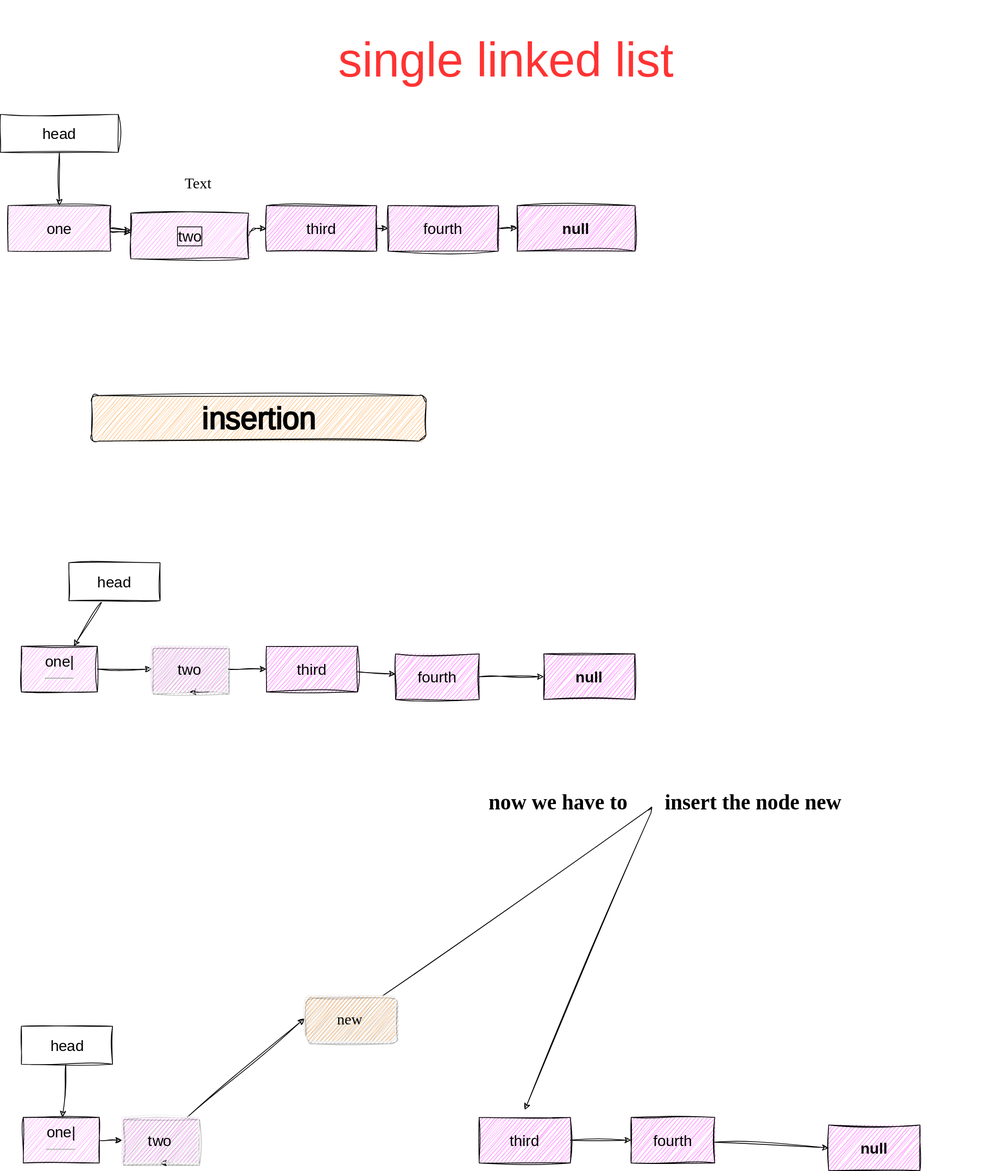
Earlier version of the draw.io export data_types/linked_list/linked_list.drawio.svg (udayhacks/DSA). Source tidied: cells renumbered, new cells last; positions are measured from the earlier drawing's top-left corner, leaving out a move shared by most shapes. The source it was exported from:
```xml
<mxGraphModel math="1">
  <root>
    <mxCell id="0" />
    <mxCell id="1" parent="0" />
    <mxCell id="2" value="&lt;h1 style=&quot;font-size: 63px;&quot;&gt;&lt;span style=&quot;font-size: 63px; font-weight: 400;&quot;&gt;single linked list&amp;nbsp;&lt;/span&gt;&lt;/h1&gt;" style="text;html=1;strokeColor=none;fillColor=none;spacing=5;spacingTop=-20;whiteSpace=wrap;overflow=hidden;rounded=0;fontColor=#FF3333;fontSize=63;sketch=1;curveFitting=1;jiggle=2;" parent="1" vertex="1">
      <mxGeometry x="440" width="529" height="120" as="geometry" />
    </mxCell>
    <mxCell id="3" value="&lt;h1&gt;insertion&lt;/h1&gt;" style="rounded=1;whiteSpace=wrap;html=1;sketch=1;hachureGap=4;jiggle=2;curveFitting=1;fontFamily=Architects Daughter;fontSource=https%3A%2F%2Ffonts.googleapis.com%2Fcss%3Ffamily%3DArchitects%2BDaughter;fontSize=20;fontStyle=1;verticalAlign=middle;fillColor=#FFB366;" parent="1" vertex="1">
      <mxGeometry x="120" y="510" width="440" height="60" as="geometry" />
    </mxCell>
    <mxCell id="4" style="edgeStyle=none;sketch=1;hachureGap=4;jiggle=2;curveFitting=1;html=1;fontFamily=Architects Daughter;fontSource=https%3A%2F%2Ffonts.googleapis.com%2Fcss%3Ffamily%3DArchitects%2BDaughter;fontSize=16;" parent="1" edge="1" source="5" target="7">
      <mxGeometry relative="1" as="geometry" />
    </mxCell>
    <mxCell id="5" value="third" style="rounded=0;whiteSpace=wrap;html=1;hachureGap=4;fontFamily=Helvetica;fontSize=20;sketch=1;curveFitting=1;jiggle=2;fillColor=#FF66FF;" parent="1" vertex="1">
      <mxGeometry x="350" y="840" width="120" height="60" as="geometry" />
    </mxCell>
    <mxCell id="6" style="edgeStyle=none;sketch=1;hachureGap=4;jiggle=2;curveFitting=1;html=1;entryX=0;entryY=0.5;entryDx=0;entryDy=0;fontFamily=Architects Daughter;fontSource=https%3A%2F%2Ffonts.googleapis.com%2Fcss%3Ffamily%3DArchitects%2BDaughter;fontSize=16;" parent="1" edge="1" source="7" target="8">
      <mxGeometry relative="1" as="geometry" />
    </mxCell>
    <mxCell id="7" value="fourth" style="rounded=0;whiteSpace=wrap;html=1;hachureGap=4;fontFamily=Helvetica;fontSize=20;sketch=1;curveFitting=1;jiggle=2;fillColor=#FF66FF;" parent="1" vertex="1">
      <mxGeometry x="520" y="850" width="110" height="60" as="geometry" />
    </mxCell>
    <mxCell id="8" value="null" style="rounded=0;whiteSpace=wrap;html=1;hachureGap=4;fontFamily=Helvetica;fontSize=20;sketch=1;curveFitting=1;jiggle=2;fillColor=#FF66FF;fontStyle=1;" parent="1" vertex="1">
      <mxGeometry x="715" y="850" width="120" height="60" as="geometry" />
    </mxCell>
    <mxCell id="9" style="edgeStyle=none;sketch=1;hachureGap=4;jiggle=2;curveFitting=1;html=1;fontFamily=Architects Daughter;fontSource=https%3A%2F%2Ffonts.googleapis.com%2Fcss%3Ffamily%3DArchitects%2BDaughter;fontSize=16;" parent="1" edge="1" source="10" target="12">
      <mxGeometry relative="1" as="geometry" />
    </mxCell>
    <mxCell id="10" value="head" style="rounded=0;whiteSpace=wrap;html=1;hachureGap=4;fontFamily=Architects Daughter;fontSource=https%3A%2F%2Ffonts.googleapis.com%2Fcss%3Ffamily%3DArchitects%2BDaughter;fontSize=20;sketch=1;curveFitting=1;jiggle=2;" parent="1" vertex="1">
      <mxGeometry x="90" y="730" width="120" height="50" as="geometry" />
    </mxCell>
    <mxCell id="11" style="edgeStyle=none;sketch=1;hachureGap=4;jiggle=2;curveFitting=1;html=1;fontFamily=Tahoma;fontSize=16;" parent="1" edge="1" source="12" target="15">
      <mxGeometry relative="1" as="geometry" />
    </mxCell>
    <mxCell id="12" value="one|&lt;hr&gt;" style="rounded=0;whiteSpace=wrap;html=1;hachureGap=4;fontFamily=Architects Daughter;fontSource=https%3A%2F%2Ffonts.googleapis.com%2Fcss%3Ffamily%3DArchitects%2BDaughter;fontSize=20;sketch=1;curveFitting=1;jiggle=2;fillColor=#FF99FF;labelBackgroundColor=none;" parent="1" vertex="1">
      <mxGeometry x="27.5" y="840" width="100" height="60" as="geometry" />
    </mxCell>
    <mxCell id="13" style="edgeStyle=none;sketch=1;hachureGap=4;jiggle=2;curveFitting=1;html=1;entryX=0;entryY=0.5;entryDx=0;entryDy=0;fontFamily=Tahoma;fontSize=16;" parent="1" edge="1" source="15" target="5">
      <mxGeometry relative="1" as="geometry" />
    </mxCell>
    <mxCell id="14" style="edgeStyle=none;sketch=1;hachureGap=4;jiggle=2;curveFitting=1;html=1;exitX=0.75;exitY=1;exitDx=0;exitDy=0;entryX=0.5;entryY=1;entryDx=0;entryDy=0;fontFamily=Tahoma;fontSize=16;" parent="1" edge="1" source="15" target="15">
      <mxGeometry relative="1" as="geometry" />
    </mxCell>
    <mxCell id="15" value="two" style="rounded=0;whiteSpace=wrap;html=1;hachureGap=4;fontFamily=Architects Daughter;fontSource=https%3A%2F%2Ffonts.googleapis.com%2Fcss%3Ffamily%3DArchitects%2BDaughter;fontSize=20;sketch=1;curveFitting=1;jiggle=2;fillColor=#FF99FF;labelBackgroundColor=none;strokeColor=#F0F0F0;shadow=1;" parent="1" vertex="1">
      <mxGeometry x="199" y="840" width="100" height="60" as="geometry" />
    </mxCell>
    <mxCell id="16" style="edgeStyle=none;sketch=1;hachureGap=4;jiggle=2;curveFitting=1;html=1;fontFamily=Tahoma;fontSize=16;" parent="1" edge="1" source="17">
      <mxGeometry relative="1" as="geometry">
        <mxPoint x="690" y="1450" as="targetPoint" />
        <Array as="points">
          <mxPoint x="860" y="1050" />
        </Array>
      </mxGeometry>
    </mxCell>
    <mxCell id="17" value="new" style="rounded=1;whiteSpace=wrap;html=1;shadow=1;sketch=1;hachureGap=4;jiggle=2;curveFitting=1;strokeColor=#F0F0F0;fontFamily=Tahoma;fontSize=20;fillColor=#FFB366;" parent="1" vertex="1">
      <mxGeometry x="400" y="1300" width="120" height="60" as="geometry" />
    </mxCell>
    <mxCell id="18" style="edgeStyle=none;hachureGap=4;html=1;exitX=1;exitY=0.5;exitDx=0;exitDy=0;fontFamily=Architects Daughter;fontSource=https%3A%2F%2Ffonts.googleapis.com%2Fcss%3Ffamily%3DArchitects%2BDaughter;fontSize=16;sketch=1;curveFitting=1;jiggle=2;" parent="1" edge="1" source="20" target="22">
      <mxGeometry relative="1" as="geometry" />
    </mxCell>
    <mxCell id="19" style="edgeStyle=none;sketch=1;hachureGap=4;jiggle=2;curveFitting=1;html=1;fontFamily=Architects Daughter;fontSource=https%3A%2F%2Ffonts.googleapis.com%2Fcss%3Ffamily%3DArchitects%2BDaughter;fontSize=16;" parent="1" edge="1" source="20" target="22">
      <mxGeometry relative="1" as="geometry" />
    </mxCell>
    <mxCell id="20" value="one" style="rounded=0;whiteSpace=wrap;html=1;hachureGap=4;fontFamily=Architects Daughter;fontSource=https%3A%2F%2Ffonts.googleapis.com%2Fcss%3Ffamily%3DArchitects%2BDaughter;fontSize=20;sketch=1;curveFitting=1;jiggle=2;fillColor=#FF99FF;labelBackgroundColor=none;" parent="1" vertex="1">
      <mxGeometry x="10" y="260" width="135" height="60" as="geometry" />
    </mxCell>
    <mxCell id="21" style="edgeStyle=none;hachureGap=4;html=1;exitX=1;exitY=0.5;exitDx=0;exitDy=0;entryX=0;entryY=0.5;entryDx=0;entryDy=0;fontFamily=Architects Daughter;fontSource=https%3A%2F%2Ffonts.googleapis.com%2Fcss%3Ffamily%3DArchitects%2BDaughter;fontSize=16;sketch=1;curveFitting=1;jiggle=2;" parent="1" edge="1" source="22" target="24">
      <mxGeometry relative="1" as="geometry">
        <Array as="points">
          <mxPoint x="330" y="290" />
        </Array>
      </mxGeometry>
    </mxCell>
    <mxCell id="22" value="two" style="rounded=0;whiteSpace=wrap;html=1;hachureGap=4;fontFamily=Architects Daughter;fontSource=https%3A%2F%2Ffonts.googleapis.com%2Fcss%3Ffamily%3DArchitects%2BDaughter;fontSize=20;sketch=1;curveFitting=1;jiggle=2;fillColor=#FF99FF;labelBackgroundColor=none;labelBorderColor=default;" parent="1" vertex="1">
      <mxGeometry x="171.5" y="270" width="155" height="60" as="geometry" />
    </mxCell>
    <mxCell id="23" style="edgeStyle=none;sketch=1;hachureGap=4;jiggle=2;curveFitting=1;html=1;fontFamily=Architects Daughter;fontSource=https%3A%2F%2Ffonts.googleapis.com%2Fcss%3Ffamily%3DArchitects%2BDaughter;fontSize=16;" parent="1" edge="1" source="24" target="28">
      <mxGeometry relative="1" as="geometry" />
    </mxCell>
    <mxCell id="24" value="third" style="rounded=0;whiteSpace=wrap;html=1;hachureGap=4;fontFamily=Helvetica;fontSize=20;sketch=1;curveFitting=1;jiggle=2;fillColor=#FF66FF;" parent="1" vertex="1">
      <mxGeometry x="350" y="260" width="145" height="60" as="geometry" />
    </mxCell>
    <mxCell id="25" style="edgeStyle=none;hachureGap=4;html=1;entryX=0.5;entryY=0;entryDx=0;entryDy=0;fontFamily=Helvetica;fontSize=16;sketch=1;curveFitting=1;jiggle=2;" parent="1" edge="1" source="26" target="20">
      <mxGeometry relative="1" as="geometry" />
    </mxCell>
    <mxCell id="26" value="head" style="rounded=0;whiteSpace=wrap;html=1;hachureGap=4;fontFamily=Architects Daughter;fontSource=https%3A%2F%2Ffonts.googleapis.com%2Fcss%3Ffamily%3DArchitects%2BDaughter;fontSize=20;sketch=1;curveFitting=1;jiggle=2;align=center;labelPosition=center;verticalLabelPosition=middle;verticalAlign=middle;" parent="1" vertex="1">
      <mxGeometry y="140" width="155" height="50" as="geometry" />
    </mxCell>
    <mxCell id="27" style="edgeStyle=none;sketch=1;hachureGap=4;jiggle=2;curveFitting=1;html=1;entryX=0;entryY=0.5;entryDx=0;entryDy=0;fontFamily=Architects Daughter;fontSource=https%3A%2F%2Ffonts.googleapis.com%2Fcss%3Ffamily%3DArchitects%2BDaughter;fontSize=16;" parent="1" edge="1" source="28" target="29">
      <mxGeometry relative="1" as="geometry" />
    </mxCell>
    <mxCell id="28" value="fourth" style="rounded=0;whiteSpace=wrap;html=1;hachureGap=4;fontFamily=Helvetica;fontSize=20;sketch=1;curveFitting=1;jiggle=2;fillColor=#FF66FF;" parent="1" vertex="1">
      <mxGeometry x="510" y="260" width="145" height="60" as="geometry" />
    </mxCell>
    <mxCell id="29" value="null" style="rounded=0;whiteSpace=wrap;html=1;hachureGap=4;fontFamily=Helvetica;fontSize=20;sketch=1;curveFitting=1;jiggle=2;fillColor=#FF66FF;fontStyle=1;" parent="1" vertex="1">
      <mxGeometry x="680" y="260" width="155" height="60" as="geometry" />
    </mxCell>
    <mxCell id="30" value="Text" style="text;html=1;align=center;verticalAlign=middle;strokeColor=none;fillColor=none;fontSize=20;fontFamily=Tahoma;shadow=1;sketch=1;hachureGap=4;jiggle=2;curveFitting=1;" parent="1" vertex="1">
      <mxGeometry x="230" y="210" width="60" height="40" as="geometry" />
    </mxCell>
    <mxCell id="31" value="&lt;b&gt;&lt;font style=&quot;font-size: 28px;&quot;&gt;now we have to&amp;nbsp; &amp;nbsp; &amp;nbsp; &amp;nbsp;insert the node new&amp;nbsp;&lt;/font&gt;&lt;/b&gt;" style="text;strokeColor=none;align=center;fillColor=none;html=1;verticalAlign=middle;whiteSpace=wrap;rounded=0;shadow=1;sketch=1;hachureGap=4;jiggle=2;curveFitting=1;fontFamily=Tahoma;fontSize=20;fontSource=https%3A%2F%2Ffonts.googleapis.com%2Fcss%3Ffamily%3DArchitects%2BDaughter;" parent="1" vertex="1">
      <mxGeometry x="430" y="1030" width="890" height="30" as="geometry" />
    </mxCell>
    <mxCell id="32" style="edgeStyle=none;sketch=1;hachureGap=4;jiggle=2;curveFitting=1;html=1;fontFamily=Architects Daughter;fontSource=https%3A%2F%2Ffonts.googleapis.com%2Fcss%3Ffamily%3DArchitects%2BDaughter;fontSize=16;" parent="1" edge="1" source="33" target="35">
      <mxGeometry relative="1" as="geometry" />
    </mxCell>
    <mxCell id="33" value="third" style="rounded=0;whiteSpace=wrap;html=1;hachureGap=4;fontFamily=Helvetica;fontSize=20;sketch=1;curveFitting=1;jiggle=2;fillColor=#FF66FF;" parent="1" vertex="1">
      <mxGeometry x="630" y="1460" width="120" height="60" as="geometry" />
    </mxCell>
    <mxCell id="34" style="edgeStyle=none;sketch=1;hachureGap=4;jiggle=2;curveFitting=1;html=1;entryX=0;entryY=0.5;entryDx=0;entryDy=0;fontFamily=Architects Daughter;fontSource=https%3A%2F%2Ffonts.googleapis.com%2Fcss%3Ffamily%3DArchitects%2BDaughter;fontSize=16;" parent="1" edge="1" source="35" target="36">
      <mxGeometry relative="1" as="geometry" />
    </mxCell>
    <mxCell id="35" value="fourth" style="rounded=0;whiteSpace=wrap;html=1;hachureGap=4;fontFamily=Helvetica;fontSize=20;sketch=1;curveFitting=1;jiggle=2;fillColor=#FF66FF;" parent="1" vertex="1">
      <mxGeometry x="830" y="1460" width="110" height="60" as="geometry" />
    </mxCell>
    <mxCell id="36" value="null" style="rounded=0;whiteSpace=wrap;html=1;hachureGap=4;fontFamily=Helvetica;fontSize=20;sketch=1;curveFitting=1;jiggle=2;fillColor=#FF66FF;fontStyle=1;" parent="1" vertex="1">
      <mxGeometry x="1090" y="1470" width="120" height="60" as="geometry" />
    </mxCell>
    <mxCell id="37" style="edgeStyle=none;sketch=1;hachureGap=4;jiggle=2;curveFitting=1;html=1;fontFamily=Architects Daughter;fontSource=https%3A%2F%2Ffonts.googleapis.com%2Fcss%3Ffamily%3DArchitects%2BDaughter;fontSize=16;" parent="1" edge="1" source="38" target="40">
      <mxGeometry relative="1" as="geometry" />
    </mxCell>
    <mxCell id="38" value="head" style="rounded=0;whiteSpace=wrap;html=1;hachureGap=4;fontFamily=Architects Daughter;fontSource=https%3A%2F%2Ffonts.googleapis.com%2Fcss%3Ffamily%3DArchitects%2BDaughter;fontSize=20;sketch=1;curveFitting=1;jiggle=2;" parent="1" vertex="1">
      <mxGeometry x="27.5" y="1340" width="120" height="50" as="geometry" />
    </mxCell>
    <mxCell id="39" style="edgeStyle=none;sketch=1;hachureGap=4;jiggle=2;curveFitting=1;html=1;fontFamily=Tahoma;fontSize=16;" parent="1" edge="1" source="40" target="43">
      <mxGeometry relative="1" as="geometry" />
    </mxCell>
    <mxCell id="40" value="one|&lt;hr&gt;" style="rounded=0;whiteSpace=wrap;html=1;hachureGap=4;fontFamily=Architects Daughter;fontSource=https%3A%2F%2Ffonts.googleapis.com%2Fcss%3Ffamily%3DArchitects%2BDaughter;fontSize=20;sketch=1;curveFitting=1;jiggle=2;fillColor=#FF99FF;labelBackgroundColor=none;" parent="1" vertex="1">
      <mxGeometry x="30" y="1460" width="100" height="60" as="geometry" />
    </mxCell>
    <mxCell id="41" style="edgeStyle=none;sketch=1;hachureGap=4;jiggle=2;curveFitting=1;html=1;exitX=0.75;exitY=1;exitDx=0;exitDy=0;entryX=0.5;entryY=1;entryDx=0;entryDy=0;fontFamily=Tahoma;fontSize=16;" parent="1" edge="1" source="43" target="43">
      <mxGeometry relative="1" as="geometry" />
    </mxCell>
    <mxCell id="42" style="edgeStyle=none;sketch=1;hachureGap=4;jiggle=2;curveFitting=1;html=1;entryX=0;entryY=0.5;entryDx=0;entryDy=0;fontFamily=Tahoma;fontSize=16;" parent="1" edge="1" source="43" target="17">
      <mxGeometry relative="1" as="geometry" />
    </mxCell>
    <mxCell id="43" value="two" style="rounded=0;whiteSpace=wrap;html=1;hachureGap=4;fontFamily=Architects Daughter;fontSource=https%3A%2F%2Ffonts.googleapis.com%2Fcss%3Ffamily%3DArchitects%2BDaughter;fontSize=20;sketch=1;curveFitting=1;jiggle=2;fillColor=#FF99FF;labelBackgroundColor=none;strokeColor=#F0F0F0;shadow=1;" parent="1" vertex="1">
      <mxGeometry x="160" y="1460" width="100" height="60" as="geometry" />
    </mxCell>
  </root>
</mxGraphModel>
```
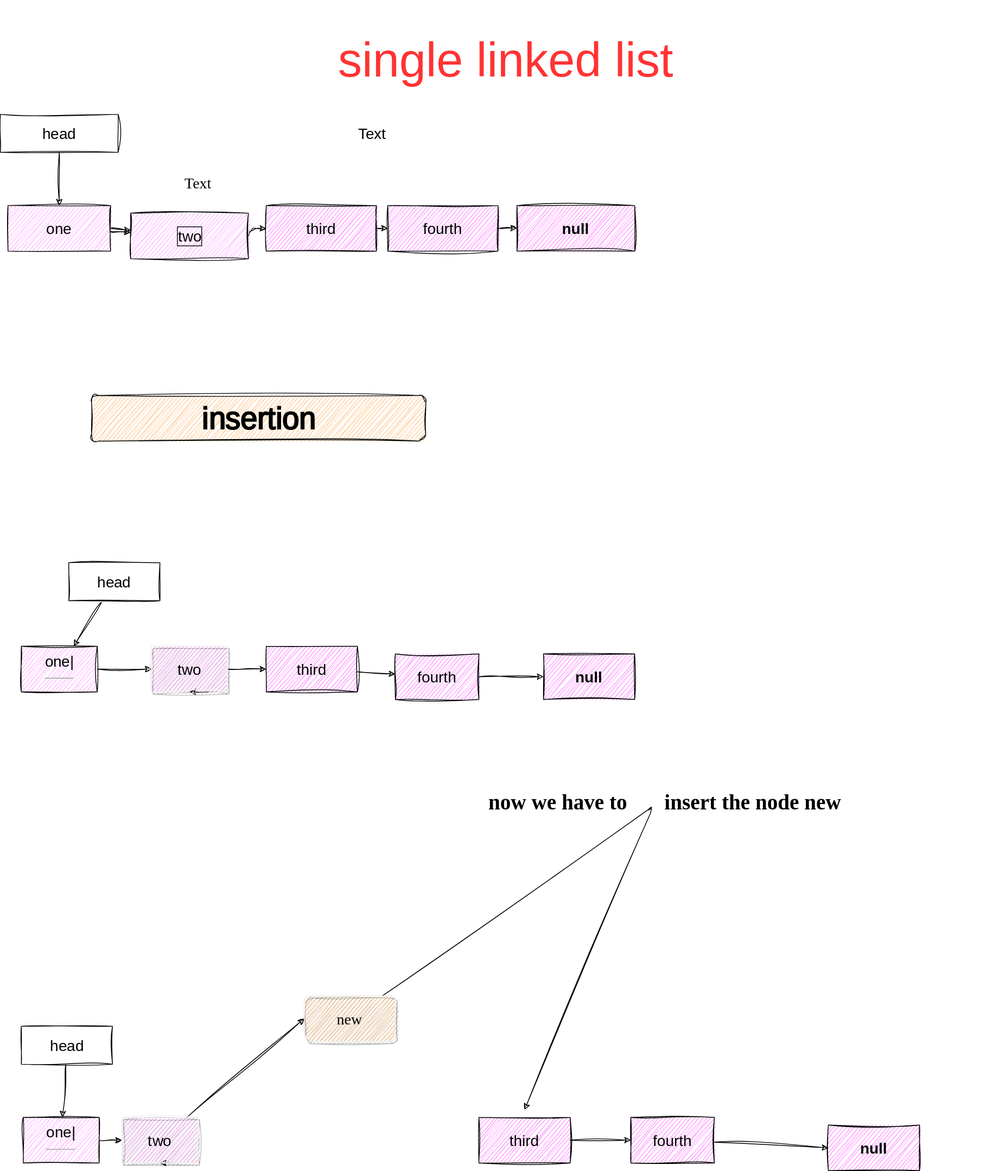
The same diagram one commit later.

Change to the diagram source:
```diff
@@ -137,5 +137,8 @@
     <mxCell id="43" value="two" style="rounded=0;whiteSpace=wrap;html=1;hachureGap=4;fontFamily=Architects Daughter;fontSource=https%3A%2F%2Ffonts.googleapis.com%2Fcss%3Ffamily%3DArchitects%2BDaughter;fontSize=20;sketch=1;curveFitting=1;jiggle=2;fillColor=#FF99FF;labelBackgroundColor=none;strokeColor=#F0F0F0;shadow=1;" parent="1" vertex="1">
       <mxGeometry x="160" y="1460" width="100" height="60" as="geometry" />
     </mxCell>
+    <mxCell id="44" value="Text" style="text;strokeColor=none;align=center;fillColor=none;html=1;verticalAlign=middle;whiteSpace=wrap;rounded=0;sketch=1;hachureGap=4;jiggle=2;curveFitting=1;fontFamily=Architects Daughter;fontSource=https%3A%2F%2Ffonts.googleapis.com%2Fcss%3Ffamily%3DArchitects%2BDaughter;fontSize=20;" parent="1" vertex="1">
+      <mxGeometry x="460" y="150" width="60" height="30" as="geometry" />
+    </mxCell>
   </root>
 </mxGraphModel>
```
